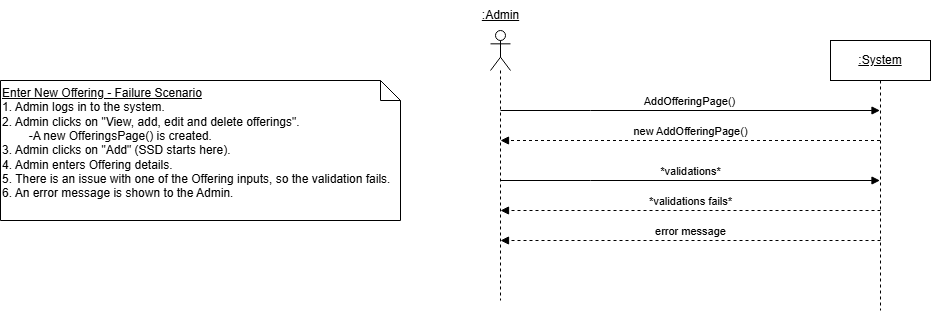
This is Artifacts/System Sequence Diagrams + Operation Contracts/Failure/SSD_Failure_Enter_Org_Offerings.drawio.png from aleckira/SOEN_342_PROJECT, a draw.io export, as it was before one commit. Source tidied: cells renumbered, new cells last; positions are measured from the earlier drawing's top-left corner, leaving out a move shared by most shapes. The source it was exported from:
```xml
<mxGraphModel>
  <root>
    <mxCell id="0" />
    <mxCell id="1" parent="0" />
    <mxCell id="2" style="shape=umlLifeline;perimeter=lifelinePerimeter;whiteSpace=wrap;html=1;newEdgeStyle={&quot;curved&quot;:0,&quot;rounded&quot;:0};participant=umlActor;" parent="1" vertex="1">
      <mxGeometry x="490" y="30" width="20" height="270" as="geometry" />
    </mxCell>
    <mxCell id="3" value="&lt;u&gt;:Admin&lt;/u&gt;" style="text;html=1;align=center;verticalAlign=middle;strokeColor=none;fillColor=none;" parent="1" vertex="1">
      <mxGeometry x="470" width="60" height="30" as="geometry" />
    </mxCell>
    <mxCell id="4" value="&lt;u&gt;:System&lt;/u&gt;" style="shape=umlLifeline;perimeter=lifelinePerimeter;whiteSpace=wrap;html=1;outlineConnect=0;portConstraint=eastwest;newEdgeStyle={&quot;curved&quot;:0,&quot;rounded&quot;:0};" parent="1" vertex="1">
      <mxGeometry x="830" y="40" width="100" height="270" as="geometry" />
    </mxCell>
    <mxCell id="5" value="AddOfferingPage()" style="html=1;verticalAlign=bottom;endArrow=block;edgeStyle=elbowEdgeStyle;elbow=vertical;curved=0;rounded=0;" parent="1" edge="1" target="4">
      <mxGeometry relative="1" as="geometry">
        <mxPoint x="500" y="110" as="sourcePoint" />
        <Array as="points">
          <mxPoint x="590.1" y="110" />
        </Array>
      </mxGeometry>
    </mxCell>
    <mxCell id="6" value="new AddOfferingPage()" style="html=1;verticalAlign=bottom;endArrow=block;edgeStyle=elbowEdgeStyle;elbow=vertical;curved=0;rounded=0;dashed=1;" parent="1" edge="1" source="4">
      <mxGeometry relative="1" as="geometry">
        <mxPoint x="500" y="140" as="targetPoint" />
        <Array as="points">
          <mxPoint x="590.1" y="140" />
        </Array>
      </mxGeometry>
    </mxCell>
    <mxCell id="7" value="error message" style="html=1;verticalAlign=bottom;endArrow=block;edgeStyle=elbowEdgeStyle;elbow=vertical;curved=0;rounded=0;dashed=1;" parent="1" edge="1">
      <mxGeometry relative="1" as="geometry">
        <mxPoint x="880" y="240" as="sourcePoint" />
        <mxPoint x="500" y="240" as="targetPoint" />
        <Array as="points">
          <mxPoint x="590.1" y="240" />
        </Array>
      </mxGeometry>
    </mxCell>
    <mxCell id="8" value="&lt;u&gt;Enter New Offering - Failure Scenario&lt;/u&gt;&lt;div&gt;1. Admin logs in to the system.&lt;/div&gt;&lt;div&gt;2. Admin clicks on &quot;View, add, edit and delete offerings&quot;.&amp;nbsp;&lt;/div&gt;&lt;div&gt;&lt;span style=&quot;white-space: pre;&quot;&gt;&#9;&lt;/span&gt;-A new OfferingsPage() is created.&lt;br&gt;&lt;/div&gt;&lt;div&gt;3. Admin clicks on &quot;Add&quot; (SSD starts here).&lt;/div&gt;&lt;div&gt;4. Admin enters Offering details.&lt;/div&gt;&lt;div&gt;5. There is an issue with one of the Offering inputs, so the validation fails.&lt;/div&gt;&lt;div&gt;6. An error message is shown to the Admin.&lt;/div&gt;&lt;div&gt;&lt;br&gt;&lt;/div&gt;" style="shape=note;size=20;whiteSpace=wrap;html=1;align=left;" parent="1" vertex="1">
      <mxGeometry y="80" width="400" height="140" as="geometry" />
    </mxCell>
    <mxCell id="9" value="*validations*" style="html=1;verticalAlign=bottom;endArrow=block;edgeStyle=elbowEdgeStyle;elbow=vertical;curved=0;rounded=0;" parent="1" edge="1">
      <mxGeometry relative="1" as="geometry">
        <mxPoint x="500" y="180" as="sourcePoint" />
        <mxPoint x="879.5" y="180" as="targetPoint" />
        <Array as="points">
          <mxPoint x="590.1" y="180" />
        </Array>
      </mxGeometry>
    </mxCell>
    <mxCell id="10" value="*validations fails*" style="html=1;verticalAlign=bottom;endArrow=block;edgeStyle=elbowEdgeStyle;elbow=vertical;curved=0;rounded=0;dashed=1;" parent="1" edge="1">
      <mxGeometry relative="1" as="geometry">
        <mxPoint x="880" y="210" as="sourcePoint" />
        <mxPoint x="500" y="210" as="targetPoint" />
        <Array as="points">
          <mxPoint x="590.1" y="210" />
        </Array>
      </mxGeometry>
    </mxCell>
  </root>
</mxGraphModel>
```
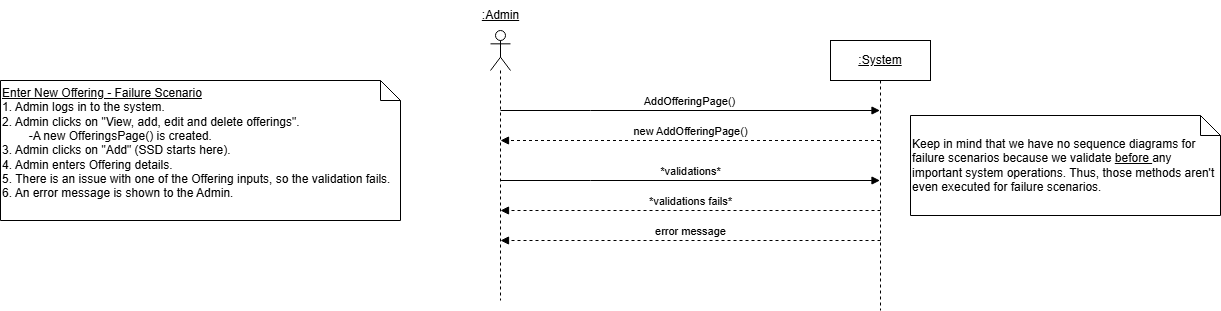
The same diagram one commit later.

Commit message:
refined failure SSDs

The edit, as a diff of the source:
```diff
@@ -57,5 +57,8 @@
         </Array>
       </mxGeometry>
     </mxCell>
+    <mxCell id="11" value="Keep in mind that we have no sequence diagrams for failure scenarios because we validate &lt;u&gt;before &lt;/u&gt;any important system operations. Thus, those methods aren't even executed for failure scenarios." style="shape=note;size=20;whiteSpace=wrap;html=1;align=left;" parent="1" vertex="1">
+      <mxGeometry x="910" y="115" width="310" height="100" as="geometry" />
+    </mxCell>
   </root>
 </mxGraphModel>
```
